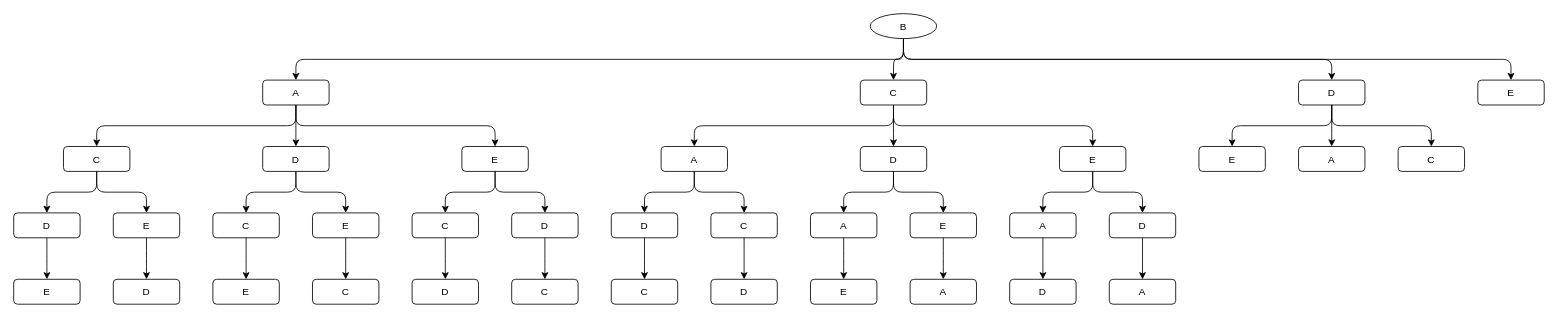
The draw.io diagram dump-diagrams/tree-generate-and-test.drawio in xoghub/diagrams, before the edit. Source tidied: cells renumbered, new cells numbered last; positions are measured from the earlier drawing's top-left corner, leaving out a move shared by most shapes. Both pictures are drawn from the tidied source at 83%, with x=0, y=0 at pixel (13, 13).
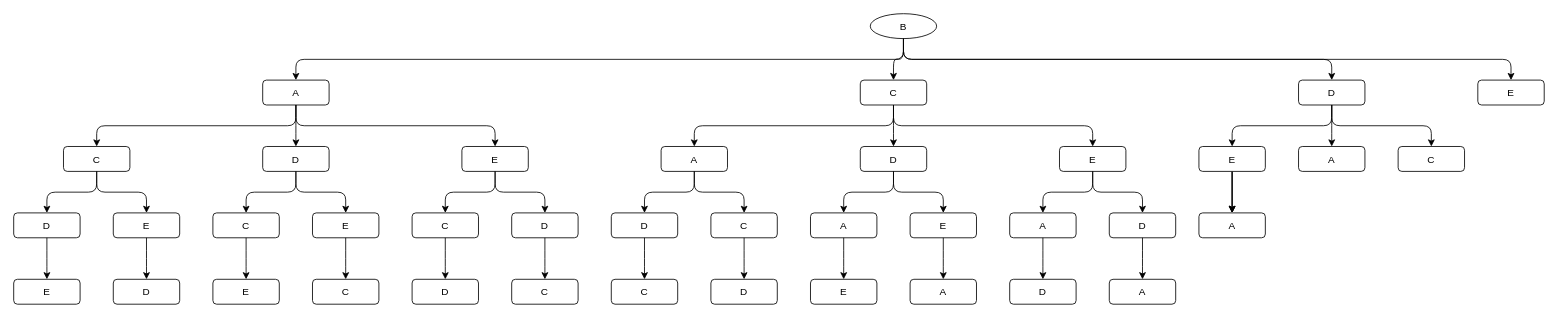
The same diagram, later.

The change refers to these unchanged cells:
```xml
<mxCell id="71" value="E" style="rounded=1;" parent="1" vertex="1">
  <mxGeometry x="1428" y="160" width="80" height="30" as="geometry" />
</mxCell>
```

Change to the diagram source:
```diff
@@
+    <mxCell id="77" style="edgeStyle=orthogonalEdgeStyle;rounded=0;jettySize=auto;html=1;" parent="1" edge="1" source="71" target="80">
+      <mxGeometry relative="1" as="geometry" />
+    </mxCell>
+    <mxCell id="78" style="edgeStyle=orthogonalEdgeStyle;rounded=0;jettySize=auto;html=1;" parent="1" edge="1" source="71" target="80">
+      <mxGeometry relative="1" as="geometry" />
+    </mxCell>
+    <mxCell id="79" style="edgeStyle=orthogonalEdgeStyle;rounded=0;jettySize=auto;html=1;" parent="1" edge="1" source="71" target="80">
+      <mxGeometry relative="1" as="geometry" />
+    </mxCell>
@@
+    <mxCell id="80" value="A" style="rounded=1;" parent="1" vertex="1">
+      <mxGeometry x="1428" y="240" width="80" height="30" as="geometry" />
+    </mxCell>
```
